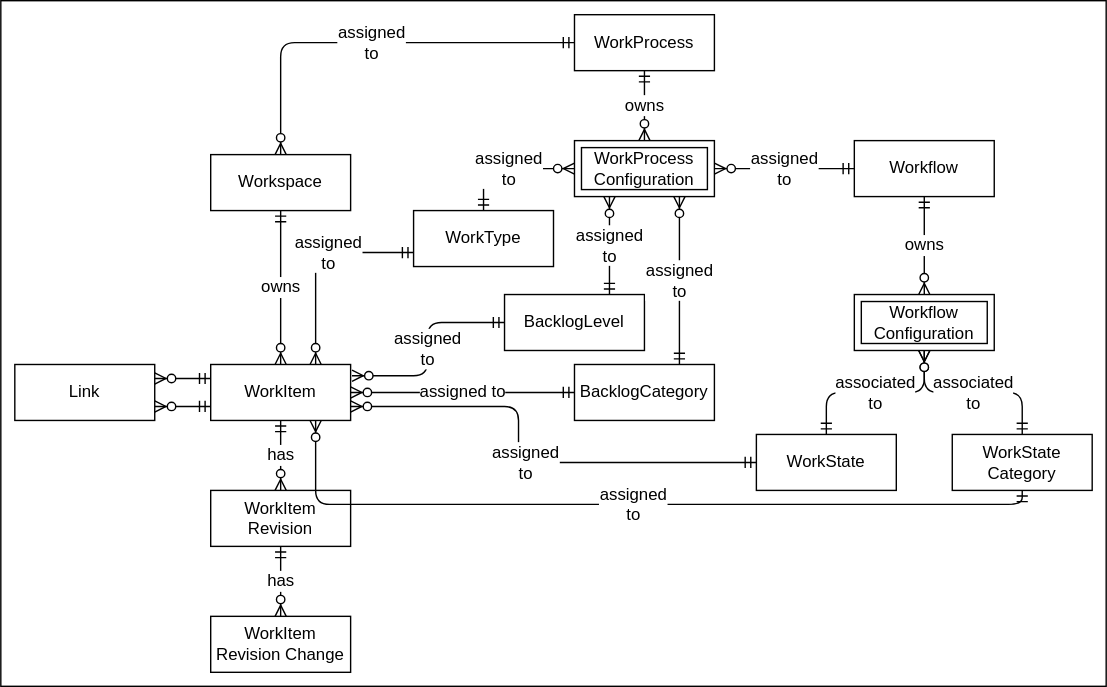
This is docs/work-domain-erd.drawio.svg from destacey/Moda, a draw.io export, as it was before one commit. Source tidied: cells renumbered, new cells last; positions are measured from the earlier drawing's top-left corner, leaving out a move shared by most shapes.
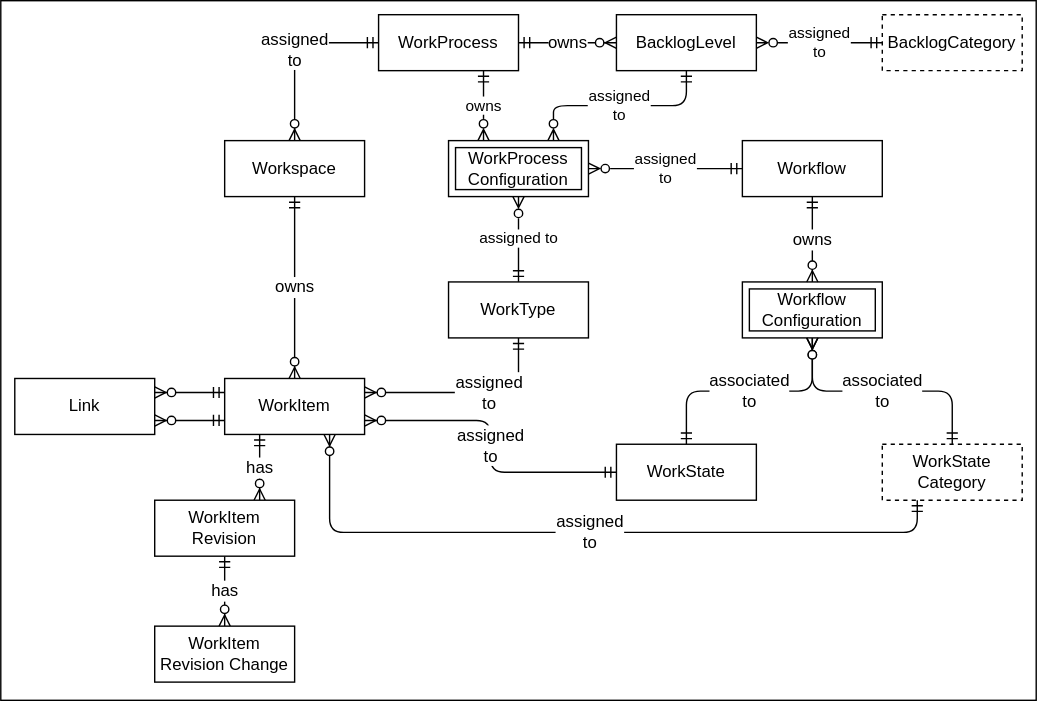
Above is the later version.

Change to the diagram source:
```diff
@@ -3,7 +3,7 @@
     <mxCell id="0" />
     <mxCell id="1" parent="0" />
     <mxCell id="2" style="rounded=0;whiteSpace=wrap;html=1;" parent="1" vertex="1">
-      <mxGeometry width="790" height="490" as="geometry" />
+      <mxGeometry width="740" height="500" as="geometry" />
     </mxCell>
     <mxCell id="3" value="owns" style="fontSize=12;html=1;endArrow=ERzeroToMany;startArrow=ERmandOne;" parent="1" edge="1" source="9" target="10">
       <mxGeometry relative="1" as="geometry" />
@@ -20,96 +20,91 @@
     <mxCell id="7" value="has" style="fontSize=12;html=1;endArrow=ERzeroToMany;startArrow=ERmandOne;" parent="1" edge="1" source="12" target="13">
       <mxGeometry relative="1" as="geometry" />
     </mxCell>
-    <mxCell id="8" value="has" style="fontSize=12;html=1;endArrow=ERzeroToMany;startArrow=ERmandOne;" parent="1" edge="1" source="10" target="12">
+    <mxCell id="8" value="has" style="fontSize=12;html=1;endArrow=ERzeroToMany;startArrow=ERmandOne;exitX=0.25;exitY=1;exitDx=0;exitDy=0;entryX=0.75;entryY=0;entryDx=0;entryDy=0;" parent="1" edge="1" source="10" target="12">
       <mxGeometry relative="1" as="geometry" />
     </mxCell>
     <mxCell id="9" value="Workspace" style="whiteSpace=wrap;html=1;align=center;" parent="1" vertex="1">
-      <mxGeometry x="150" y="110" width="100" height="40" as="geometry" />
+      <mxGeometry x="160" y="100" width="100" height="40" as="geometry" />
     </mxCell>
     <mxCell id="10" value="WorkItem" style="whiteSpace=wrap;html=1;align=center;" parent="1" vertex="1">
-      <mxGeometry x="150" y="260" width="100" height="40" as="geometry" />
+      <mxGeometry x="160" y="270" width="100" height="40" as="geometry" />
     </mxCell>
     <mxCell id="11" value="Link" style="whiteSpace=wrap;html=1;align=center;" parent="1" vertex="1">
-      <mxGeometry x="10" y="260" width="100" height="40" as="geometry" />
+      <mxGeometry x="10" y="270" width="100" height="40" as="geometry" />
     </mxCell>
     <mxCell id="12" value="WorkItem Revision" style="whiteSpace=wrap;html=1;align=center;" parent="1" vertex="1">
-      <mxGeometry x="150" y="350" width="100" height="40" as="geometry" />
+      <mxGeometry x="110" y="357" width="100" height="40" as="geometry" />
     </mxCell>
     <mxCell id="13" value="WorkItem Revision Change" style="whiteSpace=wrap;html=1;align=center;" parent="1" vertex="1">
-      <mxGeometry x="150" y="440" width="100" height="40" as="geometry" />
+      <mxGeometry x="110" y="447" width="100" height="40" as="geometry" />
     </mxCell>
+    <mxCell id="15" value="owns" style="edgeStyle=orthogonalEdgeStyle;html=1;exitX=0.75;exitY=1;exitDx=0;exitDy=0;startArrow=ERmandOne;startFill=0;endArrow=ERzeroToMany;endFill=0;entryX=0.25;entryY=0;entryDx=0;entryDy=0;" parent="1" edge="1" source="14" target="17">
+      <mxGeometry relative="1" as="geometry" />
+    </mxCell>
     <mxCell id="14" value="WorkProcess" style="whiteSpace=wrap;html=1;align=center;" parent="1" vertex="1">
-      <mxGeometry x="410" y="10" width="100" height="40" as="geometry" />
+      <mxGeometry x="270" y="10" width="100" height="40" as="geometry" />
     </mxCell>
-    <mxCell id="15" value="owns" style="fontSize=12;html=1;endArrow=ERzeroToMany;startArrow=ERmandOne;" parent="1" edge="1" source="14" target="17">
-      <mxGeometry relative="1" as="geometry" />
-    </mxCell>
-    <mxCell id="16" value="assigned&lt;br&gt;to" style="fontSize=12;html=1;endArrow=ERzeroToMany;startArrow=ERmandOne;edgeStyle=orthogonalEdgeStyle;" parent="1" edge="1" source="14" target="9">
+    <mxCell id="16" value="assigned&lt;br&gt;to" style="fontSize=12;html=1;endArrow=ERzeroToMany;startArrow=ERmandOne;edgeStyle=orthogonalEdgeStyle;exitX=0;exitY=0.5;exitDx=0;exitDy=0;" parent="1" edge="1" source="14" target="9">
       <mxGeometry relative="1" as="geometry" />
     </mxCell>
-    <mxCell id="17" value="WorkProcess Configuration" style="shape=ext;margin=3;double=1;whiteSpace=wrap;html=1;align=center;" parent="1" vertex="1">
-      <mxGeometry x="410" y="100" width="100" height="40" as="geometry" />
-    </mxCell>
+    <mxCell id="28" value="assigned to" style="edgeStyle=orthogonalEdgeStyle;html=1;exitX=0.5;exitY=0;exitDx=0;exitDy=0;entryX=0.5;entryY=1;entryDx=0;entryDy=0;endArrow=ERzeroToMany;endFill=0;startArrow=ERmandOne;startFill=0;" parent="1" edge="1" source="18" target="17">
+      <mxGeometry relative="1" as="geometry" />
+    </mxCell>
     <mxCell id="18" value="WorkType" style="whiteSpace=wrap;html=1;align=center;" parent="1" vertex="1">
-      <mxGeometry x="295" y="150" width="100" height="40" as="geometry" />
+      <mxGeometry x="320" y="201" width="100" height="40" as="geometry" />
     </mxCell>
+    <mxCell id="29" value="assigned&lt;br&gt;to" style="edgeStyle=orthogonalEdgeStyle;html=1;exitX=0.5;exitY=1;exitDx=0;exitDy=0;entryX=0.75;entryY=0;entryDx=0;entryDy=0;startArrow=ERmandOne;startFill=0;endArrow=ERzeroToMany;endFill=0;" parent="1" edge="1" source="19" target="17">
+      <mxGeometry relative="1" as="geometry" />
+    </mxCell>
     <mxCell id="19" value="BacklogLevel" style="whiteSpace=wrap;html=1;align=center;" parent="1" vertex="1">
-      <mxGeometry x="360" y="210" width="100" height="40" as="geometry" />
+      <mxGeometry x="440" y="10" width="100" height="40" as="geometry" />
     </mxCell>
     <mxCell id="20" value="WorkState" style="whiteSpace=wrap;html=1;align=center;" parent="1" vertex="1">
-      <mxGeometry x="540" y="310" width="100" height="40" as="geometry" />
+      <mxGeometry x="440" y="317" width="100" height="40" as="geometry" />
     </mxCell>
+    <mxCell id="30" value="assigned&lt;br&gt;to" style="edgeStyle=orthogonalEdgeStyle;html=1;exitX=0;exitY=0.5;exitDx=0;exitDy=0;entryX=1;entryY=0.5;entryDx=0;entryDy=0;startArrow=ERmandOne;startFill=0;endArrow=ERzeroToMany;endFill=0;" parent="1" edge="1" source="21" target="17">
+      <mxGeometry relative="1" as="geometry" />
+    </mxCell>
     <mxCell id="21" value="Workflow" style="whiteSpace=wrap;html=1;align=center;" parent="1" vertex="1">
-      <mxGeometry x="610" y="100" width="100" height="40" as="geometry" />
+      <mxGeometry x="530" y="100" width="100" height="40" as="geometry" />
     </mxCell>
     <mxCell id="22" value="Workflow Configuration" style="shape=ext;margin=3;double=1;whiteSpace=wrap;html=1;align=center;" parent="1" vertex="1">
-      <mxGeometry x="610" y="210" width="100" height="40" as="geometry" />
+      <mxGeometry x="530" y="201" width="100" height="40" as="geometry" />
     </mxCell>
     <mxCell id="23" value="owns" style="fontSize=12;html=1;endArrow=ERzeroToMany;startArrow=ERmandOne;" parent="1" edge="1" source="21" target="22">
       <mxGeometry relative="1" as="geometry" />
     </mxCell>
-    <mxCell id="24" value="WorkState Category" style="whiteSpace=wrap;html=1;align=center;" parent="1" vertex="1">
-      <mxGeometry x="680" y="310" width="100" height="40" as="geometry" />
+    <mxCell id="24" value="WorkState Category" style="whiteSpace=wrap;html=1;align=center;dashed=1;" parent="1" vertex="1">
+      <mxGeometry x="630" y="317" width="100" height="40" as="geometry" />
     </mxCell>
     <mxCell id="25" value="associated&lt;br&gt;to" style="edgeStyle=orthogonalEdgeStyle;fontSize=12;html=1;endArrow=ERzeroToMany;startArrow=ERmandOne;" parent="1" edge="1" source="24" target="22">
       <mxGeometry relative="1" as="geometry" />
     </mxCell>
-    <mxCell id="26" value="assigned&lt;br&gt;to" style="edgeStyle=orthogonalEdgeStyle;fontSize=12;html=1;endArrow=ERzeroToMany;startArrow=ERmandOne;exitX=0;exitY=0.75;exitDx=0;exitDy=0;" parent="1" edge="1" source="18">
-      <mxGeometry x="-0.19" relative="1" as="geometry">
-        <mxPoint x="225" y="260" as="targetPoint" />
-      </mxGeometry>
+    <mxCell id="26" value="assigned&lt;br&gt;to" style="edgeStyle=orthogonalEdgeStyle;fontSize=12;html=1;endArrow=ERzeroToMany;startArrow=ERmandOne;exitX=0.5;exitY=1;exitDx=0;exitDy=0;entryX=1;entryY=0.25;entryDx=0;entryDy=0;" parent="1" edge="1" source="18" target="10">
+      <mxGeometry x="-0.19" relative="1" as="geometry" />
     </mxCell>
-    <mxCell id="27" value="assigned&lt;br&gt;to" style="edgeStyle=orthogonalEdgeStyle;fontSize=12;html=1;endArrow=ERzeroToMany;startArrow=ERmandOne;entryX=1.01;entryY=0.2;entryDx=0;entryDy=0;entryPerimeter=0;exitX=0;exitY=0.5;exitDx=0;exitDy=0;" parent="1" edge="1" source="19" target="10">
-      <mxGeometry relative="1" as="geometry" />
-    </mxCell>
-    <mxCell id="28" value="assigned&lt;br&gt;to" style="edgeStyle=orthogonalEdgeStyle;fontSize=12;html=1;endArrow=ERzeroToMany;startArrow=ERmandOne;entryX=0;entryY=0.5;entryDx=0;entryDy=0;exitX=0.5;exitY=0;exitDx=0;exitDy=0;" parent="1" edge="1" source="18" target="17">
-      <mxGeometry relative="1" as="geometry" />
-    </mxCell>
-    <mxCell id="29" value="assigned&lt;br&gt;to" style="edgeStyle=orthogonalEdgeStyle;fontSize=12;html=1;endArrow=ERzeroToMany;startArrow=ERmandOne;exitX=0.75;exitY=0;exitDx=0;exitDy=0;entryX=0.25;entryY=1;entryDx=0;entryDy=0;" parent="1" edge="1" source="19" target="17">
-      <mxGeometry relative="1" as="geometry" />
-    </mxCell>
-    <mxCell id="30" value="assigned&lt;br&gt;to" style="edgeStyle=orthogonalEdgeStyle;fontSize=12;html=1;endArrow=ERzeroToMany;startArrow=ERmandOne;entryX=1;entryY=0.5;entryDx=0;entryDy=0;" parent="1" edge="1" source="21" target="17">
-      <mxGeometry relative="1" as="geometry" />
-    </mxCell>
     <mxCell id="31" value="assigned&lt;br&gt;to" style="edgeStyle=orthogonalEdgeStyle;fontSize=12;html=1;endArrow=ERzeroToMany;startArrow=ERmandOne;entryX=1;entryY=0.75;entryDx=0;entryDy=0;exitX=0;exitY=0.5;exitDx=0;exitDy=0;" parent="1" edge="1" source="20" target="10">
-      <mxGeometry relative="1" as="geometry">
-        <Array as="points">
-          <mxPoint x="370" y="330" />
-          <mxPoint x="370" y="290" />
-        </Array>
-      </mxGeometry>
+      <mxGeometry relative="1" as="geometry" />
     </mxCell>
-    <mxCell id="32" value="assigned&lt;br&gt;to" style="edgeStyle=orthogonalEdgeStyle;fontSize=12;html=1;endArrow=ERzeroToMany;startArrow=ERmandOne;entryX=0.75;entryY=1;entryDx=0;entryDy=0;exitX=0.5;exitY=1;exitDx=0;exitDy=0;" parent="1" edge="1" source="24" target="10">
-      <mxGeometry relative="1" as="geometry" />
+    <mxCell id="32" value="assigned&lt;br&gt;to" style="edgeStyle=orthogonalEdgeStyle;fontSize=12;html=1;endArrow=ERzeroToMany;startArrow=ERmandOne;entryX=0.75;entryY=1;entryDx=0;entryDy=0;exitX=0.25;exitY=1;exitDx=0;exitDy=0;" parent="1" edge="1" source="24" target="10">
+      <mxGeometry relative="1" as="geometry">
+        <Array as="points">
+          <mxPoint x="605" y="380" />
+          <mxPoint x="225" y="380" />
+        </Array>
+      </mxGeometry>
     </mxCell>
+    <mxCell id="36" value="assigned&lt;br&gt;to" style="edgeStyle=orthogonalEdgeStyle;html=1;exitX=0;exitY=0.5;exitDx=0;exitDy=0;startArrow=ERmandOne;startFill=0;endArrow=ERzeroToMany;endFill=0;" parent="1" edge="1" source="33" target="19">
+      <mxGeometry relative="1" as="geometry" />
+    </mxCell>
-    <mxCell id="33" value="BacklogCategory" style="whiteSpace=wrap;html=1;align=center;" parent="1" vertex="1">
-      <mxGeometry x="410" y="260" width="100" height="40" as="geometry" />
+    <mxCell id="33" value="BacklogCategory" style="whiteSpace=wrap;html=1;align=center;dashed=1;" parent="1" vertex="1">
+      <mxGeometry x="630" y="10" width="100" height="40" as="geometry" />
     </mxCell>
-    <mxCell id="34" value="assigned&lt;br&gt;to" style="edgeStyle=orthogonalEdgeStyle;fontSize=12;html=1;endArrow=ERzeroToMany;startArrow=ERmandOne;exitX=0.75;exitY=0;exitDx=0;exitDy=0;entryX=0.75;entryY=1;entryDx=0;entryDy=0;" parent="1" edge="1" source="33" target="17">
-      <mxGeometry relative="1" as="geometry" />
-    </mxCell>
-    <mxCell id="35" value="assigned&amp;nbsp;to" style="edgeStyle=orthogonalEdgeStyle;fontSize=12;html=1;endArrow=ERzeroToMany;startArrow=ERmandOne;entryX=1;entryY=0.5;entryDx=0;entryDy=0;exitX=0;exitY=0.5;exitDx=0;exitDy=0;" parent="1" edge="1" source="33" target="10">
-      <mxGeometry relative="1" as="geometry" />
-    </mxCell>
+    <mxCell id="37" value="owns" style="fontSize=12;html=1;endArrow=ERzeroToMany;startArrow=ERmandOne;entryX=0;entryY=0.5;entryDx=0;entryDy=0;edgeStyle=orthogonalEdgeStyle;exitX=1;exitY=0.5;exitDx=0;exitDy=0;" parent="1" edge="1" source="14" target="19">
+      <mxGeometry relative="1" as="geometry" />
+    </mxCell>
+    <mxCell id="17" value="WorkProcess Configuration" style="shape=ext;margin=3;double=1;whiteSpace=wrap;html=1;align=center;" parent="1" vertex="1">
+      <mxGeometry x="320" y="100" width="100" height="40" as="geometry" />
+    </mxCell>
   </root>
 </mxGraphModel>
```
